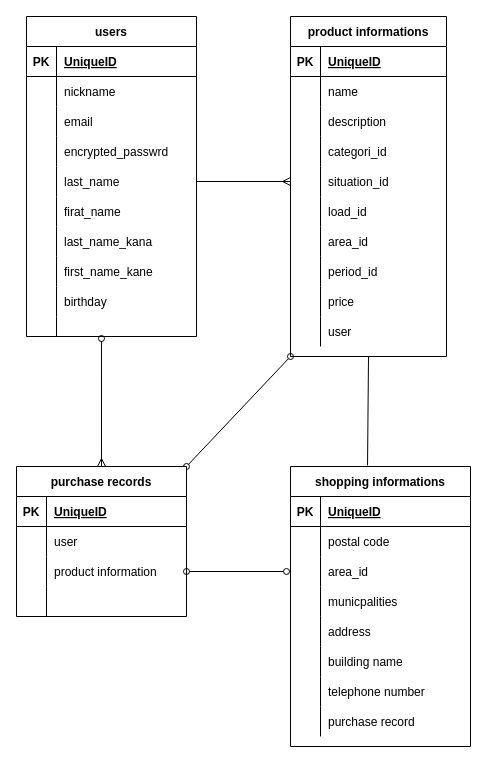
sakamo09/furima-37856 keeps this draw.io diagram as config/test.dio. Above is the earlier version. Source tidied: cells renumbered, new cells numbered last; positions are measured from the earlier drawing's top-left corner, leaving out a move shared by most shapes. Both pictures are drawn from the tidied source at 100%, with x=0, y=0 at pixel (16, 16).
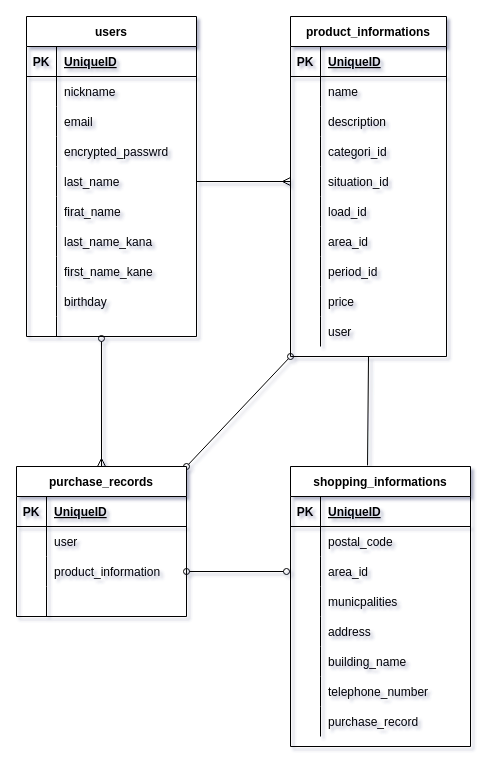
After the change.

Commit message (it also covers changes not shown here):
ER図とREADMRの修正③

Unchanged cells that the change refers to:
```xml
<mxCell id="74" style="shape=partialRectangle;fillColor=none;top=0;left=0;bottom=0;right=0;points=[[0,0.5],[1,0.5]];portConstraint=eastwest;" parent="67" vertex="1">
  <mxGeometry y="90" width="170" height="30" as="geometry" />
</mxCell>
<mxCell id="84" style="shape=partialRectangle;fillColor=none;top=0;left=0;bottom=0;right=0;" parent="80" vertex="1">
  <mxGeometry y="60" width="180" height="30" as="geometry" />
</mxCell>
<mxCell id="96" style="shape=partialRectangle;fillColor=none;top=0;left=0;bottom=0;right=0;" parent="80" vertex="1">
  <mxGeometry y="180" width="180" height="30" as="geometry" />
</mxCell>
<mxCell id="99" style="shape=partialRectangle;fillColor=none;top=0;left=0;bottom=0;right=0;" parent="80" vertex="1">
  <mxGeometry y="210" width="180" height="30" as="geometry" />
</mxCell>
<mxCell id="102" style="shape=partialRectangle;fillColor=none;top=0;left=0;bottom=0;right=0;" parent="80" vertex="1">
  <mxGeometry y="240" width="180" height="30" as="geometry" />
</mxCell>
```

Diff of the diagram source:
```diff
@@
-<mxGraphModel>
+<mxGraphModel shadow="1">
@@
-    <mxCell id="34" value="product informations" style="shape=table;startSize=30;childLayout=tableLayout;rowLines=0;fontStyle=1;align=center;" parent="1" vertex="1">
+    <mxCell id="34" value="product_informations" style="shape=table;startSize=30;childLayout=tableLayout;rowLines=0;fontStyle=1;align=center;" parent="1" vertex="1">
       <mxGeometry x="274" width="156" height="340" as="geometry" />
     </mxCell>
@@
-    <mxCell id="67" value="purchase records" style="shape=table;startSize=30;childLayout=tableLayout;rowLines=0;fontStyle=1;align=center;" parent="1" vertex="1">
+    <mxCell id="67" value="purchase_records" style="shape=table;startSize=30;childLayout=tableLayout;rowLines=0;fontStyle=1;align=center;" parent="1" vertex="1">
       <mxGeometry y="450" width="170" height="150" as="geometry" />
     </mxCell>
@@
-    <mxCell id="76" value="product information" style="shape=partialRectangle;fillColor=none;top=0;left=0;bottom=0;right=0;align=left;spacingLeft=6;overflow=hidden;" parent="74" vertex="1">
+    <mxCell id="76" value="product_information" style="shape=partialRectangle;fillColor=none;top=0;left=0;bottom=0;right=0;align=left;spacingLeft=6;overflow=hidden;" parent="74" vertex="1">
       <mxGeometry x="30" width="140" height="30" as="geometry" />
     </mxCell>
@@
-    <mxCell id="80" value="shopping informations" style="shape=table;startSize=30;childLayout=tableLayout;rowLines=0;fontStyle=1;align=center;" parent="1" vertex="1">
+    <mxCell id="80" value="shopping_informations" style="shape=table;startSize=30;childLayout=tableLayout;rowLines=0;fontStyle=1;align=center;" parent="1" vertex="1">
       <mxGeometry x="274" y="450" width="180" height="280" as="geometry" />
     </mxCell>
@@
-    <mxCell id="86" value="postal code" style="shape=partialRectangle;fillColor=none;top=0;left=0;bottom=0;right=0;align=left;spacingLeft=6;overflow=hidden;" parent="84" vertex="1">
+    <mxCell id="86" value="postal_code" style="shape=partialRectangle;fillColor=none;top=0;left=0;bottom=0;right=0;align=left;spacingLeft=6;overflow=hidden;" parent="84" vertex="1">
       <mxGeometry x="30" width="150" height="30" as="geometry" />
     </mxCell>
@@
-    <mxCell id="98" value="building name" style="shape=partialRectangle;fillColor=none;top=0;left=0;bottom=0;right=0;align=left;spacingLeft=6;overflow=hidden;" parent="96" vertex="1">
+    <mxCell id="98" value="building_name" style="shape=partialRectangle;fillColor=none;top=0;left=0;bottom=0;right=0;align=left;spacingLeft=6;overflow=hidden;" parent="96" vertex="1">
       <mxGeometry x="30" width="150" height="30" as="geometry" />
     </mxCell>
@@
-    <mxCell id="101" value="telephone number" style="shape=partialRectangle;fillColor=none;top=0;left=0;bottom=0;right=0;align=left;spacingLeft=6;overflow=hidden;" parent="99" vertex="1">
+    <mxCell id="101" value="telephone_number" style="shape=partialRectangle;fillColor=none;top=0;left=0;bottom=0;right=0;align=left;spacingLeft=6;overflow=hidden;" parent="99" vertex="1">
       <mxGeometry x="30" width="150" height="30" as="geometry" />
     </mxCell>
@@
-    <mxCell id="104" value="purchase record" style="shape=partialRectangle;fillColor=none;top=0;left=0;bottom=0;right=0;align=left;spacingLeft=6;overflow=hidden;" parent="102" vertex="1">
+    <mxCell id="104" value="purchase_record" style="shape=partialRectangle;fillColor=none;top=0;left=0;bottom=0;right=0;align=left;spacingLeft=6;overflow=hidden;" parent="102" vertex="1">
       <mxGeometry x="30" width="150" height="30" as="geometry" />
     </mxCell>
```
